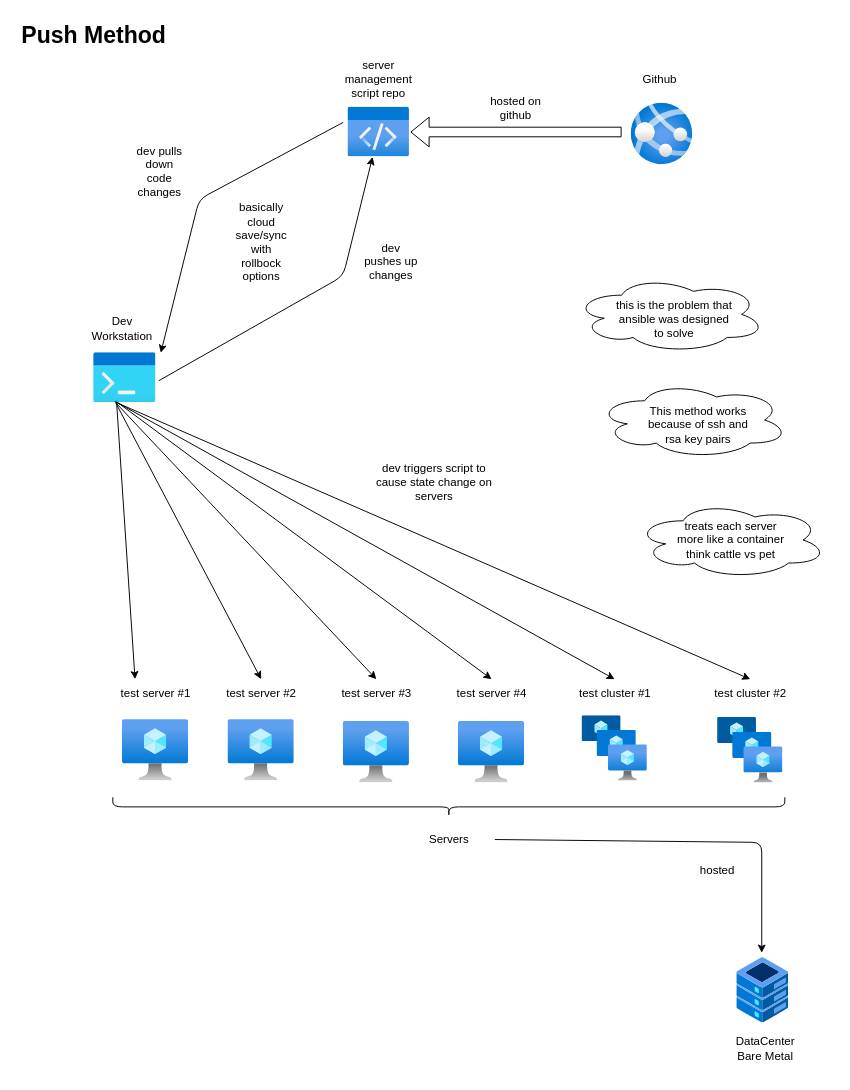
The draw.io diagram assets/drawio/push_model.drawio in besmith43/tool_docs, before the edit. Source tidied: cells renumbered, new cells numbered last; positions are measured from the earlier drawing's top-left corner, leaving out a move shared by most shapes. Both pictures are drawn from the tidied source at 96%, with x=0, y=0 at pixel (45, 16).
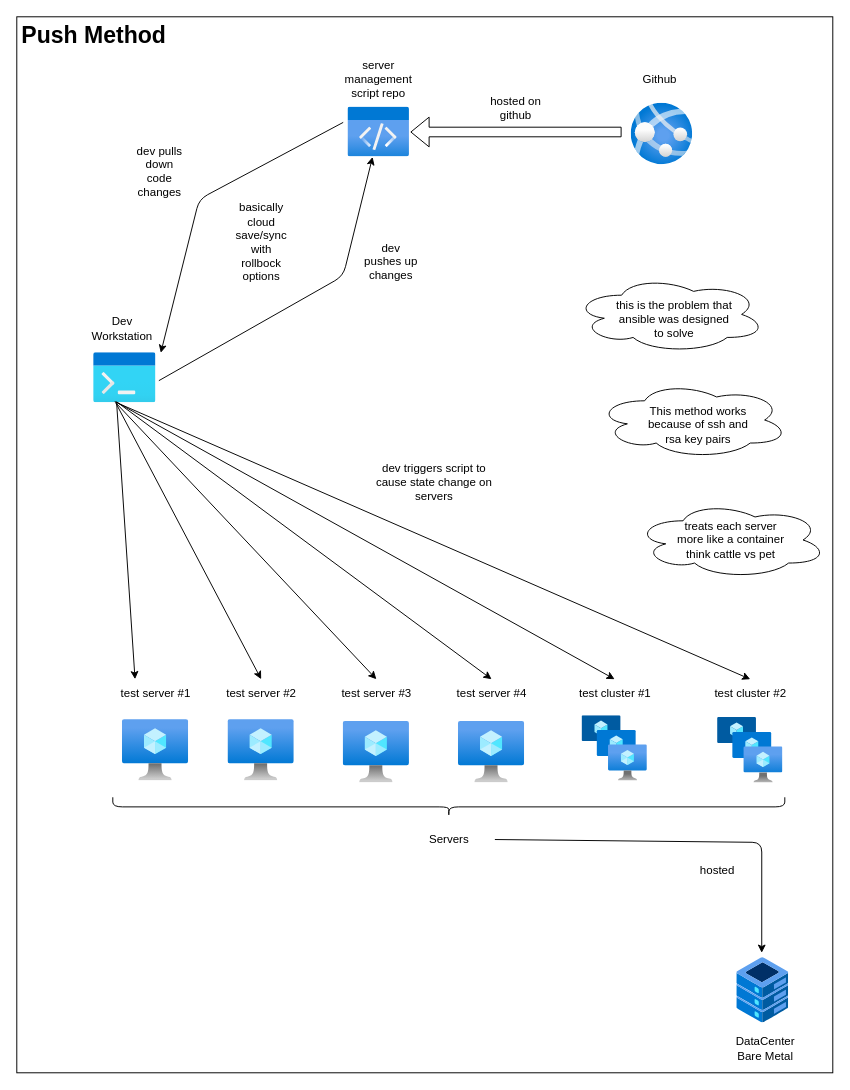
Above is the later version.

Diff of the diagram source:
```diff
@@
+    <mxCell id="47" style="rounded=0;whiteSpace=wrap;html=1;" parent="1" vertex="1">
+      <mxGeometry x="-30" width="850" height="1100" as="geometry" />
+    </mxCell>
```
